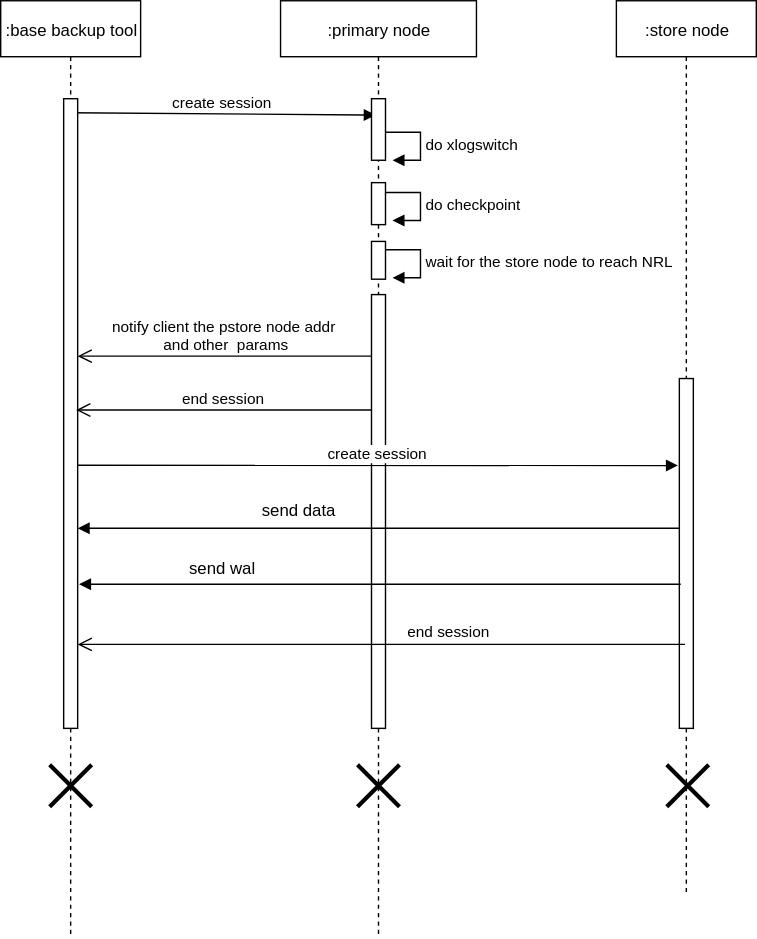
simbahebinbo/smallfat.github.io keeps this draw.io diagram as attachments/1640158663666.drawio.svg. Above is the earlier version. Source tidied: cells renumbered, new cells last; positions are measured from the earlier drawing's top-left corner, leaving out a move shared by most shapes.
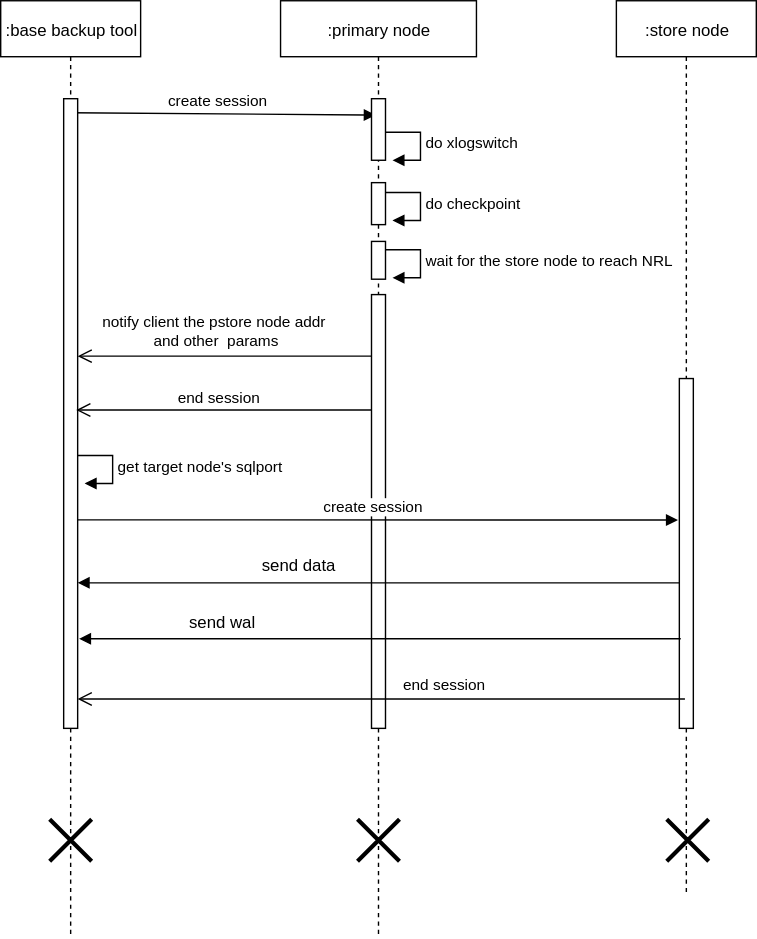
Above is the later version.

Commit message:
添加附件 : attachments/1640158663666.drawio.svg

What changed in the source:
```diff
@@ -14,7 +14,7 @@
       <mxGeometry x="45" y="70" width="10" height="450" as="geometry" />
     </mxCell>
     <mxCell id="5" style="shape=umlDestroy;whiteSpace=wrap;html=1;strokeWidth=3;" parent="2" vertex="1">
-      <mxGeometry x="35" y="546" width="30" height="30" as="geometry" />
+      <mxGeometry x="35" y="585" width="30" height="30" as="geometry" />
     </mxCell>
     <mxCell id="6" value=":primary node" style="html=1;points=[];perimeter=orthogonalPerimeter;shape=umlLifeline;participant=label;fontFamily=Helvetica;fontSize=12;fontColor=#000000;align=center;strokeColor=#000000;fillColor=#ffffff;" parent="1" vertex="1">
       <mxGeometry x="200" width="140" height="670" as="geometry" />
@@ -35,7 +35,7 @@
       <mxGeometry x="65" y="210" width="10" height="310" as="geometry" />
     </mxCell>
     <mxCell id="10" style="shape=umlDestroy;whiteSpace=wrap;html=1;strokeWidth=3;" parent="6" vertex="1">
-      <mxGeometry x="55" y="546" width="30" height="30" as="geometry" />
+      <mxGeometry x="55" y="585" width="30" height="30" as="geometry" />
     </mxCell>
     <mxCell id="11" style="html=1;perimeter=orthogonalPerimeter;" parent="6" vertex="1">
       <mxGeometry x="65" y="70" width="10" height="44" as="geometry" />
@@ -54,27 +54,27 @@
     </mxCell>
     <mxCell id="15" style="html=1;verticalAlign=bottom;endArrow=block;" parent="1" edge="1">
       <mxGeometry relative="1" as="geometry">
-        <mxPoint x="485" y="377" as="sourcePoint" />
-        <mxPoint x="55" y="377" as="targetPoint" />
+        <mxPoint x="485" y="416" as="sourcePoint" />
+        <mxPoint x="55" y="416" as="targetPoint" />
       </mxGeometry>
     </mxCell>
     <mxCell id="16" value="send data" style="text;html=1;align=left;verticalAlign=top;spacingTop=-4;" parent="1" vertex="1">
-      <mxGeometry x="185" y="355" width="70" height="20" as="geometry" />
+      <mxGeometry x="185" y="394" width="70" height="20" as="geometry" />
     </mxCell>
     <mxCell id="17" value="create session" style="html=1;verticalAlign=bottom;endArrow=block;entryX=-0.1;entryY=0.076;entryDx=0;entryDy=0;entryPerimeter=0;exitX=1;exitY=0.4;exitDx=0;exitDy=0;exitPerimeter=0;" parent="1" edge="1">
       <mxGeometry relative="1" as="geometry">
-        <mxPoint x="55" y="332" as="sourcePoint" />
-        <mxPoint x="484" y="332.1" as="targetPoint" />
+        <mxPoint x="55" y="371" as="sourcePoint" />
+        <mxPoint x="484" y="371.1" as="targetPoint" />
       </mxGeometry>
     </mxCell>
     <mxCell id="18" style="html=1;verticalAlign=bottom;endArrow=block;" parent="1" edge="1">
       <mxGeometry relative="1" as="geometry">
-        <mxPoint x="486" y="417" as="sourcePoint" />
-        <mxPoint x="56" y="417" as="targetPoint" />
+        <mxPoint x="486" y="456" as="sourcePoint" />
+        <mxPoint x="56" y="456" as="targetPoint" />
       </mxGeometry>
     </mxCell>
     <mxCell id="19" value="send wal" style="text;html=1;align=left;verticalAlign=top;spacingTop=-4;" parent="1" vertex="1">
-      <mxGeometry x="133" y="396" width="60" height="20" as="geometry" />
+      <mxGeometry x="133" y="435" width="60" height="20" as="geometry" />
     </mxCell>
     <mxCell id="20" value="end session" style="html=1;verticalAlign=bottom;endArrow=open;endSize=8;" parent="1" edge="1">
       <mxGeometry relative="1" as="geometry">
@@ -84,12 +84,12 @@
     </mxCell>
     <mxCell id="21" value="end session" style="html=1;verticalAlign=bottom;endArrow=open;endSize=8;" parent="1" edge="1">
       <mxGeometry x="-0.22" y="-1" relative="1" as="geometry">
-        <mxPoint x="489" y="460" as="sourcePoint" />
-        <mxPoint x="55" y="460" as="targetPoint" />
+        <mxPoint x="489" y="499" as="sourcePoint" />
+        <mxPoint x="55" y="499" as="targetPoint" />
       </mxGeometry>
     </mxCell>
     <mxCell id="22" style="shape=umlDestroy;whiteSpace=wrap;html=1;strokeWidth=3;" parent="1" vertex="1">
-      <mxGeometry x="476" y="546" width="30" height="30" as="geometry" />
+      <mxGeometry x="476" y="585" width="30" height="30" as="geometry" />
     </mxCell>
     <mxCell id="23" value="do checkpoint" style="edgeStyle=orthogonalEdgeStyle;html=1;align=left;spacingLeft=2;endArrow=block;rounded=0;entryX=1;entryY=0;" parent="1" edge="1">
       <mxGeometry relative="1" as="geometry">
@@ -112,5 +112,14 @@
         </Array>
       </mxGeometry>
     </mxCell>
+    <mxCell id="26" value="get target node's sqlport" style="edgeStyle=orthogonalEdgeStyle;html=1;align=left;spacingLeft=2;endArrow=block;rounded=0;entryX=1;entryY=0;" parent="1" edge="1">
+      <mxGeometry relative="1" as="geometry">
+        <mxPoint x="55" y="325" as="sourcePoint" />
+        <mxPoint x="60" y="345" as="targetPoint" />
+        <Array as="points">
+          <mxPoint x="80" y="325" />
+        </Array>
+      </mxGeometry>
+    </mxCell>
   </root>
 </mxGraphModel>
```
